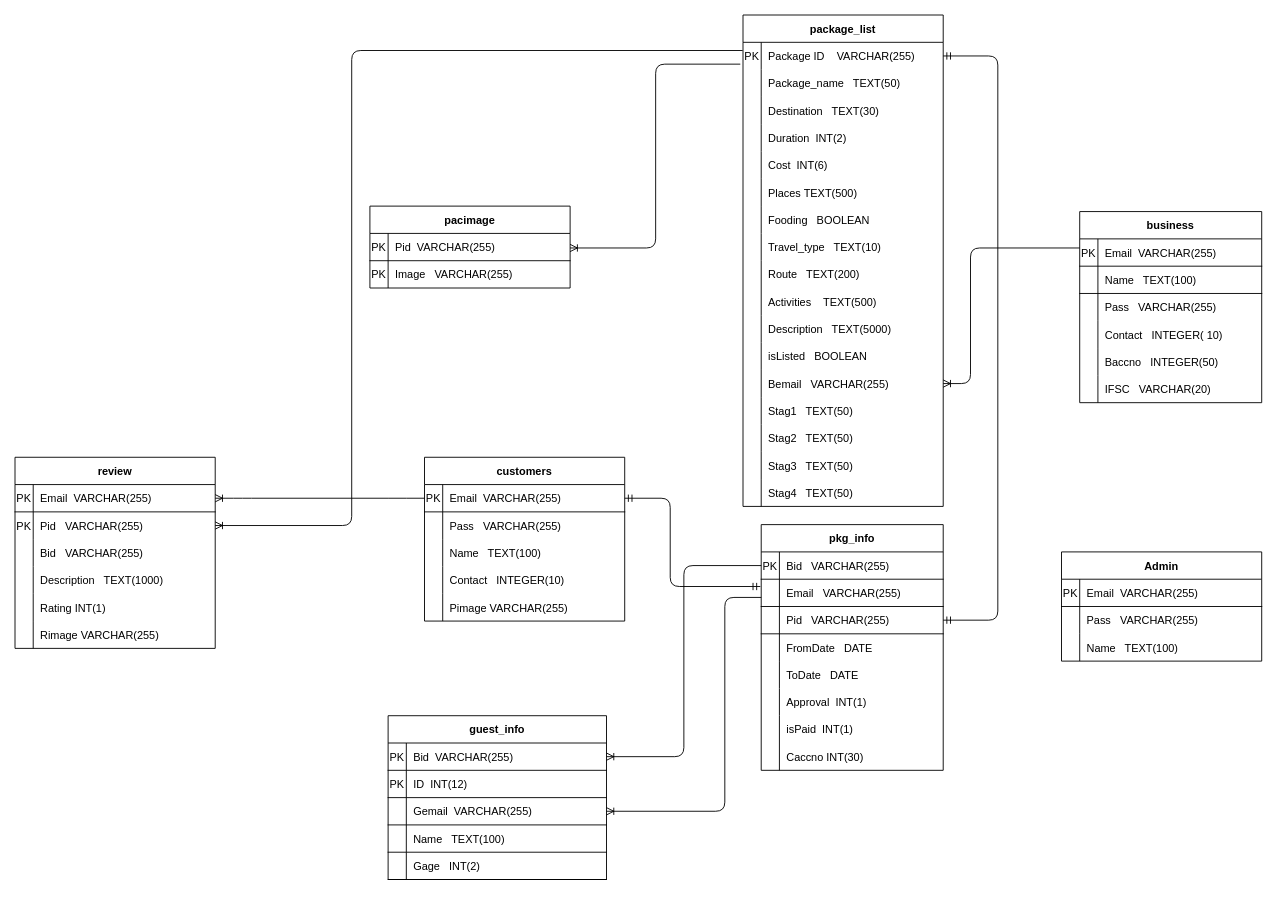
This is ERD_SCHEMA_WITH_PAKCAGE.drawio from PCMasterRace007/ER, a draw.io file, before an edit. Source tidied: cells renumbered, new cells numbered last; positions are measured from the earlier drawing's top-left corner, leaving out a move shared by most shapes. Both pictures are drawn from the tidied source at 91%, with x=0, y=0 at pixel (15, 15).
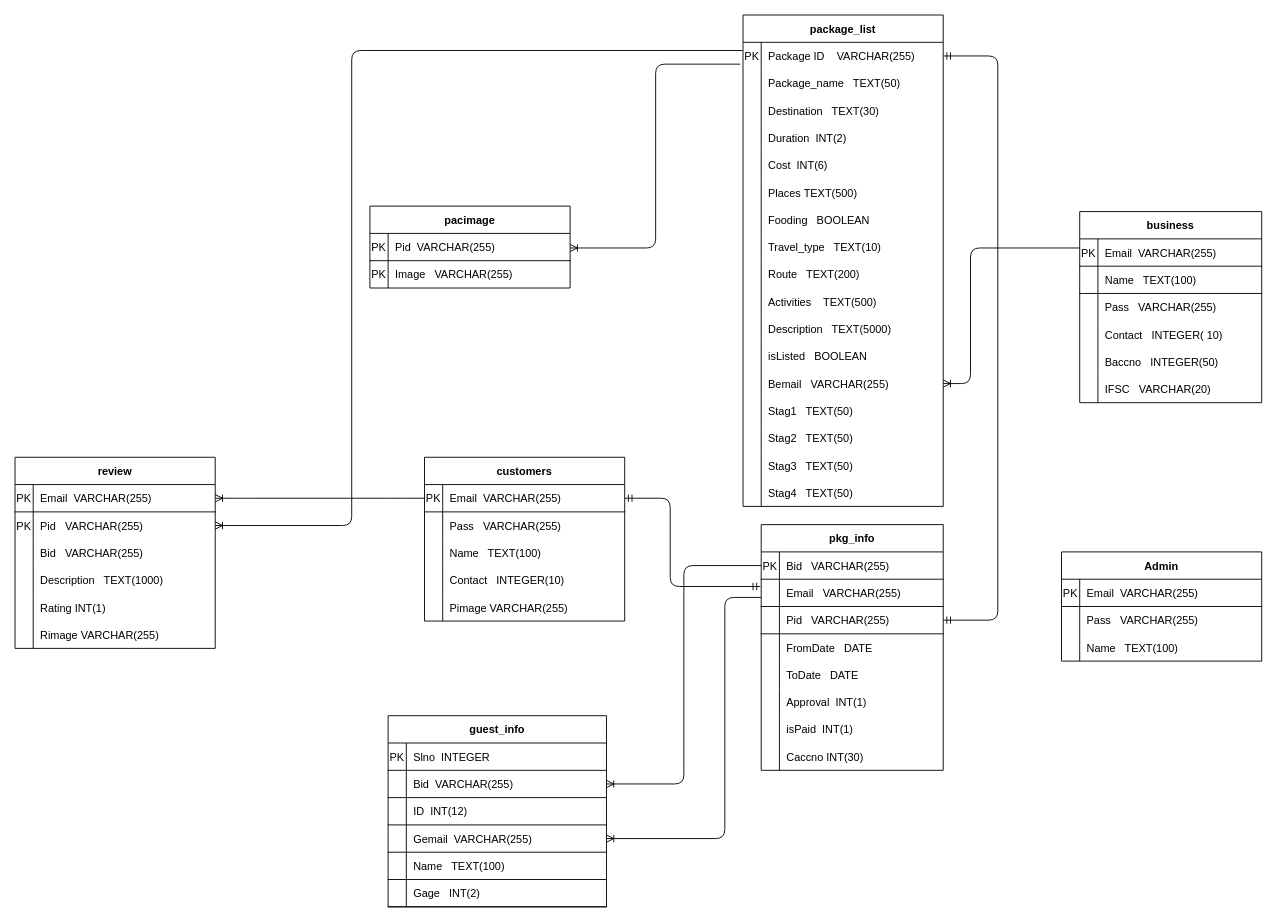
The same page after the edit.

Diff of the diagram source:
```diff
@@
     <mxCell id="89" value="guest_info" style="shape=table;startSize=30;childLayout=tableLayout;rowLines=0;fontStyle=1;align=center;" parent="1" vertex="1">
-      <mxGeometry x="410" y="770" width="240" height="180" as="geometry" />
+      <mxGeometry x="410" y="770" width="240" height="210" as="geometry" />
     </mxCell>
+    <mxCell id="174" style="shape=partialRectangle;fillColor=none;top=0;left=0;bottom=1;right=0;" parent="89" vertex="1">
+      <mxGeometry y="30" width="240" height="30" as="geometry" />
+    </mxCell>
+    <mxCell id="175" value="PK" style="shape=partialRectangle;fillColor=none;top=0;left=0;bottom=0;right=0;fontStyle=0;overflow=hidden;" parent="174" vertex="1">
+      <mxGeometry width="20" height="30" as="geometry" />
+    </mxCell>
+    <mxCell id="176" value="Slno  INTEGER" style="shape=partialRectangle;fillColor=none;top=0;left=0;bottom=0;right=0;align=left;spacingLeft=6;fontStyle=0;overflow=hidden;" parent="174" vertex="1">
+      <mxGeometry x="20" width="220" height="30" as="geometry" />
+    </mxCell>
     <mxCell id="90" style="shape=partialRectangle;fillColor=none;top=0;left=0;bottom=1;right=0;points=[[0,0.5],[1,0.5]];portConstraint=eastwest;" parent="89" vertex="1">
-      <mxGeometry y="30" width="240" height="30" as="geometry" />
+      <mxGeometry y="60" width="240" height="30" as="geometry" />
     </mxCell>
-    <mxCell id="91" value="PK" style="shape=partialRectangle;fillColor=none;top=0;left=0;bottom=0;right=0;fontStyle=0;overflow=hidden;" parent="90" vertex="1">
+    <mxCell id="91" style="shape=partialRectangle;fillColor=none;top=0;left=0;bottom=0;right=0;fontStyle=0;overflow=hidden;" parent="90" vertex="1">
       <mxGeometry width="20" height="30" as="geometry" />
     </mxCell>
@@
     <mxCell id="93" style="shape=partialRectangle;fillColor=none;top=0;left=0;bottom=1;right=0;" parent="89" vertex="1">
-      <mxGeometry y="60" width="240" height="30" as="geometry" />
+      <mxGeometry y="90" width="240" height="30" as="geometry" />
     </mxCell>
-    <mxCell id="94" value="PK" style="shape=partialRectangle;fillColor=none;top=0;left=0;bottom=0;right=0;fontStyle=0;overflow=hidden;" parent="93" vertex="1">
+    <mxCell id="94" style="shape=partialRectangle;fillColor=none;top=0;left=0;bottom=0;right=0;fontStyle=0;overflow=hidden;" parent="93" vertex="1">
       <mxGeometry width="20" height="30" as="geometry" />
     </mxCell>
@@
     <mxCell id="96" style="shape=partialRectangle;fillColor=none;top=0;left=0;bottom=1;right=0;points=[[0,0.5],[1,0.5]];portConstraint=eastwest;" parent="89" vertex="1">
-      <mxGeometry y="90" width="240" height="30" as="geometry" />
+      <mxGeometry y="120" width="240" height="30" as="geometry" />
     </mxCell>
@@
     <mxCell id="99" style="shape=partialRectangle;fillColor=none;top=0;left=0;bottom=1;right=0;" parent="89" vertex="1">
-      <mxGeometry y="120" width="240" height="30" as="geometry" />
+      <mxGeometry y="150" width="240" height="30" as="geometry" />
     </mxCell>
@@
     <mxCell id="102" style="shape=partialRectangle;fillColor=none;top=0;left=0;bottom=1;right=0;" parent="89" vertex="1">
-      <mxGeometry y="150" width="240" height="30" as="geometry" />
+      <mxGeometry y="180" width="240" height="30" as="geometry" />
     </mxCell>
```
